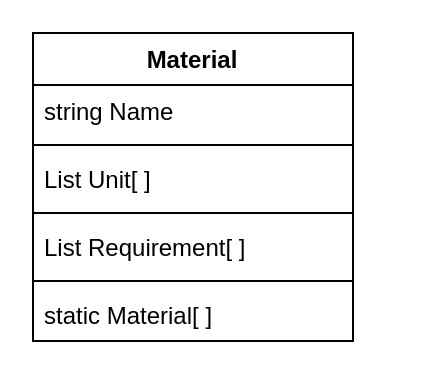
Before: Assets/Material.drawio in ProgramacionII-Equipo3/Proyecto, a draw.io diagram. Source tidied: cells renumbered, new cells numbered last; positions are measured from the earlier drawing's top-left corner, leaving out a move shared by most shapes. Both pictures are drawn from the tidied source at 200%, with x=0, y=0 at pixel (32, 32).
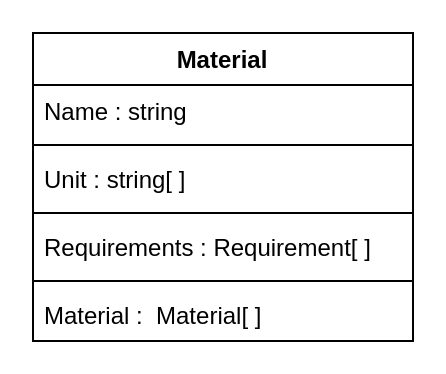
After the change.

Change to the diagram source:
```diff
@@
 <mxGraphModel>
   <root>
     <mxCell id="0" />
     <mxCell id="1" parent="0" />
     <mxCell id="2" value="Material" style="swimlane;fontStyle=1;align=center;verticalAlign=top;horizontal=1;startSize=26;" parent="1" vertex="1">
-      <mxGeometry width="160" height="154" as="geometry" />
+      <mxGeometry width="190" height="154" as="geometry" />
     </mxCell>
-    <mxCell id="3" value="string Name" style="text;strokeColor=none;fillColor=none;align=left;verticalAlign=top;spacingLeft=4;spacingRight=4;overflow=hidden;" parent="2" vertex="1">
-      <mxGeometry y="26" width="160" height="26" as="geometry" />
+    <mxCell id="3" value="Name : string " style="text;strokeColor=none;fillColor=none;align=left;verticalAlign=top;spacingLeft=4;spacingRight=4;overflow=hidden;" parent="2" vertex="1">
+      <mxGeometry y="26" width="190" height="26" as="geometry" />
     </mxCell>
     <mxCell id="4" style="line;strokeWidth=1;fillColor=none;align=left;verticalAlign=middle;spacingTop=-1;spacingLeft=3;spacingRight=3;labelPosition=right;" parent="2" vertex="1">
-      <mxGeometry y="52" width="160" height="8" as="geometry" />
+      <mxGeometry y="52" width="190" height="8" as="geometry" />
     </mxCell>
-    <mxCell id="5" value="List Unit[ ]" style="text;strokeColor=none;fillColor=none;align=left;verticalAlign=top;spacingLeft=4;spacingRight=4;overflow=hidden;" parent="2" vertex="1">
-      <mxGeometry y="60" width="160" height="26" as="geometry" />
+    <mxCell id="5" value="Unit : string[ ]" style="text;strokeColor=none;fillColor=none;align=left;verticalAlign=top;spacingLeft=4;spacingRight=4;overflow=hidden;" parent="2" vertex="1">
+      <mxGeometry y="60" width="190" height="26" as="geometry" />
     </mxCell>
     <mxCell id="6" style="line;strokeWidth=1;fillColor=none;align=left;verticalAlign=middle;spacingTop=-1;spacingLeft=3;spacingRight=3;labelPosition=right;" parent="2" vertex="1">
-      <mxGeometry y="86" width="160" height="8" as="geometry" />
+      <mxGeometry y="86" width="190" height="8" as="geometry" />
     </mxCell>
-    <mxCell id="7" value="List Requirement[ ]" style="text;strokeColor=none;fillColor=none;align=left;verticalAlign=top;spacingLeft=4;spacingRight=4;overflow=hidden;" parent="2" vertex="1">
-      <mxGeometry y="94" width="160" height="26" as="geometry" />
+    <mxCell id="7" value="Requirements : Requirement[ ]" style="text;strokeColor=none;fillColor=none;align=left;verticalAlign=top;spacingLeft=4;spacingRight=4;overflow=hidden;" parent="2" vertex="1">
+      <mxGeometry y="94" width="190" height="26" as="geometry" />
     </mxCell>
     <mxCell id="8" style="line;strokeWidth=1;fillColor=none;align=left;verticalAlign=middle;spacingTop=-1;spacingLeft=3;spacingRight=3;labelPosition=right;" parent="2" vertex="1">
-      <mxGeometry y="120" width="160" height="8" as="geometry" />
+      <mxGeometry y="120" width="190" height="8" as="geometry" />
     </mxCell>
-    <mxCell id="9" value="static Material[ ]" style="text;strokeColor=none;fillColor=none;align=left;verticalAlign=top;spacingLeft=4;spacingRight=4;overflow=hidden;" parent="2" vertex="1">
-      <mxGeometry y="128" width="160" height="26" as="geometry" />
+    <mxCell id="9" value="Material :  Material[ ]" style="text;strokeColor=none;fillColor=none;align=left;verticalAlign=top;spacingLeft=4;spacingRight=4;overflow=hidden;" parent="2" vertex="1">
+      <mxGeometry y="128" width="190" height="26" as="geometry" />
     </mxCell>
   </root>
 </mxGraphModel>
```
